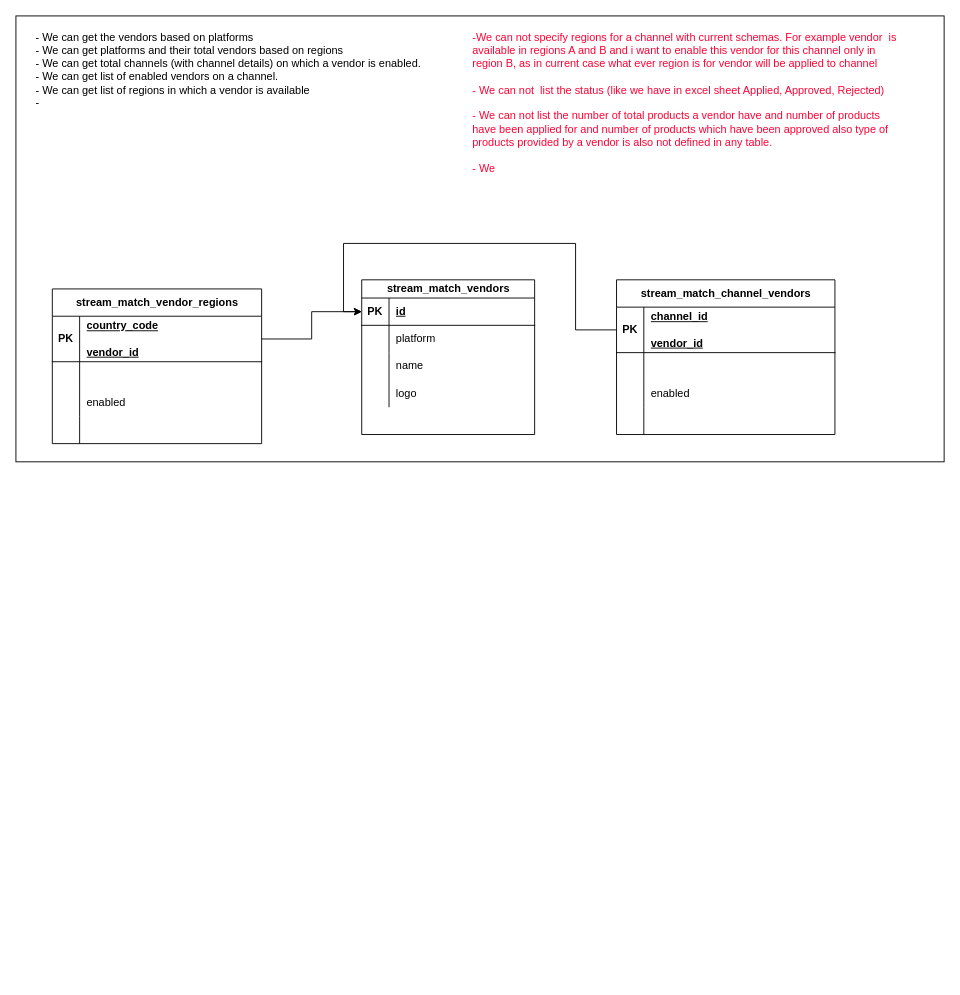
Above: page "data-relations" (2 of 2) of data-collection-flow.drawio in zeeshan-edgevideo-ai/architecture (draw.io), before the change. Source tidied: cells renumbered, new cells numbered last; positions are measured from the earlier drawing's top-left corner, leaving out a move shared by most shapes. Both pictures are drawn from the tidied source at 91%, with x=0, y=0 at pixel (15, 15).
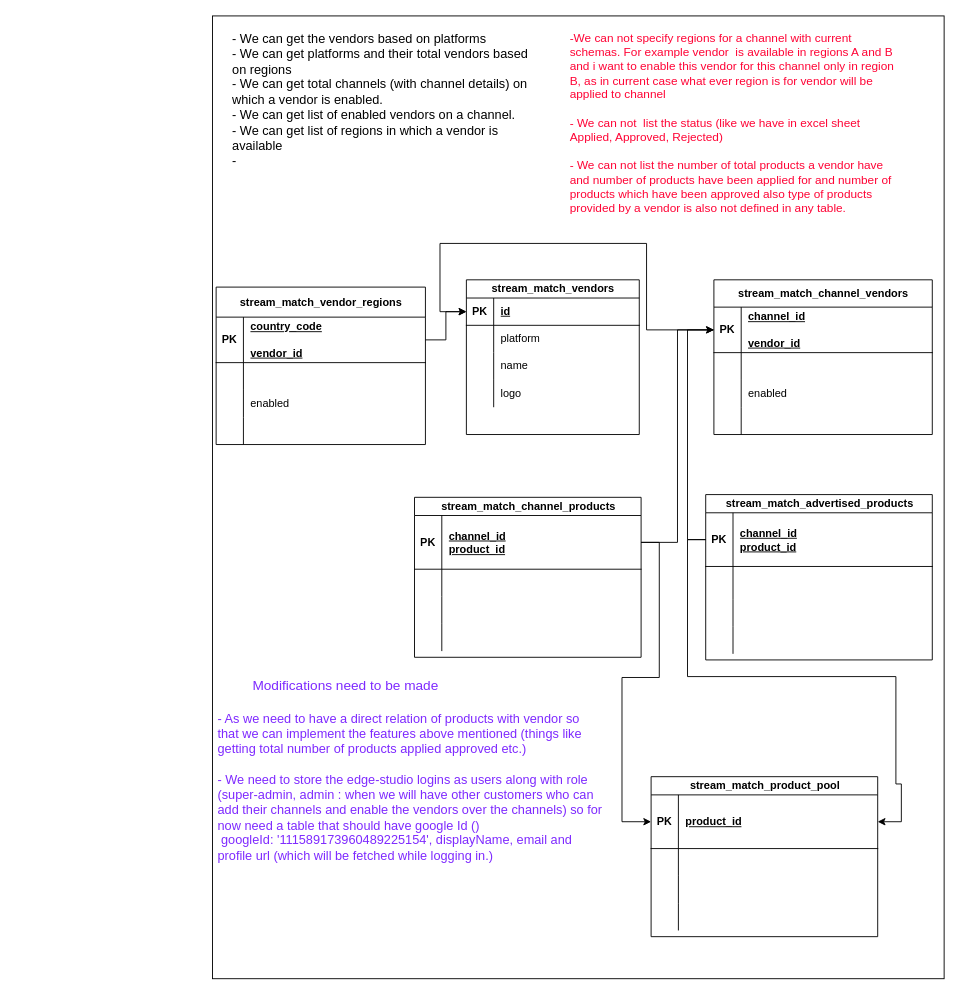
Above is the later version.

Unchanged cells that the change refers to:
```xml
<mxCell id="4" style="shape=tableRow;horizontal=0;startSize=0;swimlaneHead=0;swimlaneBody=0;fillColor=none;points=[[0,0.5],[1,0.5]];portConstraint=eastwest;top=0;left=0;right=0;bottom=1;" parent="3" vertex="1">
  <mxGeometry y="20" width="190" height="30" as="geometry" />
</mxCell>
<mxCell id="17" style="shape=tableRow;horizontal=0;startSize=0;swimlaneHead=0;swimlaneBody=0;fillColor=none;points=[[0,0.5],[1,0.5]];portConstraint=eastwest;top=0;left=0;right=0;bottom=1;" parent="16" vertex="1">
  <mxGeometry y="30" width="240" height="50" as="geometry" />
</mxCell>
```

Diff of the diagram source:
```diff
@@
     <mxCell id="2" style="rounded=0;whiteSpace=wrap;html=1;fillColor=none;" parent="1" vertex="1">
-      <mxGeometry width="1020" height="490" as="geometry" />
+      <mxGeometry x="216" width="804" height="1058" as="geometry" />
     </mxCell>
     <mxCell id="3" value="stream_match_vendors" style="shape=table;startSize=20;childLayout=tableLayout;rowLines=0;fontStyle=1;align=center;html=1;" parent="1" vertex="1">
-      <mxGeometry x="380" y="290" width="190" height="170" as="geometry" />
+      <mxGeometry x="495" y="290" width="190" height="170" as="geometry" />
     </mxCell>
@@
     <mxCell id="16" value="stream_match_channel_vendors" style="shape=table;startSize=30;childLayout=tableLayout;rowLines=0;fontStyle=1;align=center;html=1;" parent="1" vertex="1">
-      <mxGeometry x="660" y="290" width="240" height="170" as="geometry" />
+      <mxGeometry x="767" y="290" width="240" height="170" as="geometry" />
     </mxCell>
@@
-    <mxCell id="29" value="stream_match_vendor_regions" style="shape=table;startSize=30;childLayout=tableLayout;rowLines=0;fontStyle=1;align=center;html=1;" parent="1" vertex="1">
-      <mxGeometry x="40" y="300" width="230" height="170" as="geometry" />
+    <mxCell id="29" value="stream_match_vendor_regions" style="shape=table;startSize=33;childLayout=tableLayout;rowLines=0;fontStyle=1;align=center;html=1;" parent="1" vertex="1">
+      <mxGeometry x="220" y="298" width="230" height="173" as="geometry" />
     </mxCell>
     <mxCell id="30" style="shape=tableRow;horizontal=0;startSize=0;swimlaneHead=0;swimlaneBody=0;fillColor=none;points=[[0,0.5],[1,0.5]];portConstraint=eastwest;top=0;left=0;right=0;bottom=1;" parent="29" vertex="1">
-      <mxGeometry y="30" width="230" height="50" as="geometry" />
+      <mxGeometry y="33" width="230" height="50" as="geometry" />
     </mxCell>
@@
     <mxCell id="33" style="shape=tableRow;horizontal=0;startSize=0;swimlaneHead=0;swimlaneBody=0;fillColor=none;top=0;left=0;right=0;bottom=0;" parent="29" vertex="1">
-      <mxGeometry y="80" width="230" height="30" as="geometry" />
+      <mxGeometry y="83" width="230" height="30" as="geometry" />
     </mxCell>
@@
     <mxCell id="36" style="shape=tableRow;horizontal=0;startSize=0;swimlaneHead=0;swimlaneBody=0;fillColor=none;top=0;left=0;right=0;bottom=0;" parent="29" vertex="1">
-      <mxGeometry y="110" width="230" height="30" as="geometry" />
+      <mxGeometry y="113" width="230" height="30" as="geometry" />
     </mxCell>
@@
     <mxCell id="39" style="shape=tableRow;horizontal=0;startSize=0;swimlaneHead=0;swimlaneBody=0;fillColor=none;top=0;left=0;right=0;bottom=0;" parent="29" vertex="1">
-      <mxGeometry y="140" width="230" height="30" as="geometry" />
+      <mxGeometry y="143" width="230" height="30" as="geometry" />
     </mxCell>
@@
-    <mxCell id="43" value="- We can get the vendors based on platforms&lt;div&gt;- We can get platforms and their total vendors based on regions&amp;nbsp;&lt;/div&gt;&lt;div&gt;- We can get total channels (with channel details) on which a vendor is enabled.&lt;/div&gt;&lt;div&gt;- We can get list of enabled vendors on a channel.&lt;/div&gt;&lt;div&gt;- We can get list of regions in which a vendor is available&amp;nbsp;&lt;/div&gt;&lt;div&gt;-&amp;nbsp;&lt;/div&gt;" style="text;html=1;align=left;verticalAlign=top;whiteSpace=wrap;rounded=0;" parent="1" vertex="1">
-      <mxGeometry x="20" y="10" width="460" height="260" as="geometry" />
+    <mxCell id="43" value="- We can get the vendors based on platforms&lt;div style=&quot;font-size: 14px;&quot;&gt;- We can get platforms and their total vendors based on regions&amp;nbsp;&lt;/div&gt;&lt;div style=&quot;font-size: 14px;&quot;&gt;- We can get total channels (with channel details) on which a vendor is enabled.&lt;/div&gt;&lt;div style=&quot;font-size: 14px;&quot;&gt;- We can get list of enabled vendors on a channel.&lt;/div&gt;&lt;div style=&quot;font-size: 14px;&quot;&gt;- We can get list of regions in which a vendor is available&amp;nbsp;&lt;/div&gt;&lt;div style=&quot;font-size: 14px;&quot;&gt;-&amp;nbsp;&lt;/div&gt;" style="text;html=1;align=left;verticalAlign=top;whiteSpace=wrap;rounded=0;fontSize=14;" parent="1" vertex="1">
+      <mxGeometry x="236" y="10" width="337" height="260" as="geometry" />
     </mxCell>
     <mxCell id="44" style="edgeStyle=orthogonalEdgeStyle;rounded=0;jettySize=auto;html=1;exitX=0;exitY=0.5;exitDx=0;exitDy=0;entryX=0;entryY=0.5;entryDx=0;entryDy=0;" parent="1" edge="1" source="17" target="4">
       <mxGeometry relative="1" as="geometry">
         <Array as="points">
-          <mxPoint x="615" y="345" />
-          <mxPoint x="615" y="250" />
-          <mxPoint x="360" y="250" />
-          <mxPoint x="360" y="325" />
+          <mxPoint x="693" y="345" />
+          <mxPoint x="693" y="250" />
+          <mxPoint x="466" y="250" />
+          <mxPoint x="466" y="325" />
         </Array>
       </mxGeometry>
     </mxCell>
-    <mxCell id="45" value="&lt;div style=&quot;&quot;&gt;&lt;font color=&quot;#ff0335&quot;&gt;-We can not specify regions for a channel with current schemas. For example vendor&amp;nbsp; is available in regions A and B and i want to enable this vendor for this channel only in region B, as in current case what ever region is for vendor will be applied to channel&amp;nbsp;&lt;/font&gt;&lt;/div&gt;&lt;div style=&quot;&quot;&gt;&lt;font color=&quot;#ff0335&quot;&gt;&lt;br&gt;&lt;/font&gt;&lt;/div&gt;&lt;div style=&quot;&quot;&gt;&lt;font color=&quot;#ff0335&quot;&gt;- We can not&amp;nbsp; list the status (like we have in excel sheet Applied, Approved, Rejected)&lt;/font&gt;&lt;/div&gt;&lt;div style=&quot;&quot;&gt;&lt;font color=&quot;#ff0335&quot;&gt;&lt;br&gt;&lt;/font&gt;&lt;/div&gt;&lt;div style=&quot;&quot;&gt;&lt;font color=&quot;#ff0335&quot;&gt;- We can not list the number of total products a vendor have and number of products have been applied for and number of products which have been approved also type of products provided by a vendor is also not defined in any table.&amp;nbsp;&amp;nbsp;&lt;/font&gt;&lt;/div&gt;&lt;div style=&quot;&quot;&gt;&lt;font color=&quot;#ff0335&quot;&gt;&lt;br&gt;&lt;/font&gt;&lt;/div&gt;&lt;div style=&quot;&quot;&gt;&lt;font color=&quot;#ff0335&quot;&gt;- We&amp;nbsp;&lt;/font&gt;&lt;/div&gt;" style="text;html=1;align=left;verticalAlign=top;whiteSpace=wrap;rounded=0;" parent="1" vertex="1">
-      <mxGeometry x="500" y="10" width="470" height="240" as="geometry" />
+    <mxCell id="45" value="&lt;div style=&quot;font-size: 13px;&quot;&gt;&lt;font color=&quot;#ff0335&quot; style=&quot;font-size: 13px;&quot;&gt;-We can not specify regions for a channel with current schemas. For example vendor&amp;nbsp; is available in regions A and B and i want to enable this vendor for this channel only in region B, as in current case what ever region is for vendor will be applied to channel&amp;nbsp;&lt;/font&gt;&lt;/div&gt;&lt;div style=&quot;font-size: 13px;&quot;&gt;&lt;font color=&quot;#ff0335&quot; style=&quot;font-size: 13px;&quot;&gt;&lt;br style=&quot;font-size: 13px;&quot;&gt;&lt;/font&gt;&lt;/div&gt;&lt;div style=&quot;font-size: 13px;&quot;&gt;&lt;font color=&quot;#ff0335&quot; style=&quot;font-size: 13px;&quot;&gt;- We can not&amp;nbsp; list the status (like we have in excel sheet Applied, Approved, Rejected)&lt;/font&gt;&lt;/div&gt;&lt;div style=&quot;font-size: 13px;&quot;&gt;&lt;font color=&quot;#ff0335&quot; style=&quot;font-size: 13px;&quot;&gt;&lt;br style=&quot;font-size: 13px;&quot;&gt;&lt;/font&gt;&lt;/div&gt;&lt;div style=&quot;font-size: 13px;&quot;&gt;&lt;font color=&quot;#ff0335&quot; style=&quot;font-size: 13px;&quot;&gt;- We can not list the number of total products a vendor have and number of products have been applied for and number of products which have been approved also type of products provided by a vendor is also not defined in any table.&amp;nbsp;&amp;nbsp;&lt;/font&gt;&lt;/div&gt;&lt;div style=&quot;font-size: 13px;&quot;&gt;&lt;font color=&quot;#ff0335&quot; style=&quot;font-size: 13px;&quot;&gt;&lt;br style=&quot;font-size: 13px;&quot;&gt;&lt;/font&gt;&lt;/div&gt;&lt;div style=&quot;font-size: 13px;&quot;&gt;&lt;font color=&quot;#ff0335&quot; style=&quot;font-size: 13px;&quot;&gt;&amp;nbsp;&lt;/font&gt;&lt;/div&gt;" style="text;html=1;align=left;verticalAlign=top;whiteSpace=wrap;rounded=0;fontSize=13;" parent="1" vertex="1">
+      <mxGeometry x="607" y="10" width="363" height="240" as="geometry" />
     </mxCell>
+    <mxCell id="46" value="stream_match_channel_products" style="shape=table;startSize=20;childLayout=tableLayout;rowLines=0;fontStyle=1;align=center;html=1;" parent="1" vertex="1">
+      <mxGeometry x="438" y="529" width="249" height="175.8" as="geometry" />
+    </mxCell>
+    <mxCell id="47" style="shape=tableRow;horizontal=0;startSize=0;swimlaneHead=0;swimlaneBody=0;fillColor=none;points=[[0,0.5],[1,0.5]];portConstraint=eastwest;top=0;left=0;right=0;bottom=1;" parent="46" vertex="1">
+      <mxGeometry y="20" width="249" height="59" as="geometry" />
+    </mxCell>
+    <mxCell id="48" value="PK" style="shape=partialRectangle;fillColor=none;top=0;left=0;bottom=0;right=0;fontStyle=1;overflow=hidden;whiteSpace=wrap;html=1;" parent="47" vertex="1">
+      <mxGeometry width="30" height="59" as="geometry" />
+    </mxCell>
+    <mxCell id="49" value="channel_id&lt;div&gt;product_id&lt;/div&gt;" style="shape=partialRectangle;fillColor=none;top=0;left=0;bottom=0;right=0;align=left;spacingLeft=6;fontStyle=5;overflow=hidden;whiteSpace=wrap;html=1;" parent="47" vertex="1">
+      <mxGeometry x="30" width="219" height="59" as="geometry" />
+    </mxCell>
+    <mxCell id="50" style="shape=tableRow;horizontal=0;startSize=0;swimlaneHead=0;swimlaneBody=0;fillColor=none;top=0;left=0;right=0;bottom=0;" parent="46" vertex="1">
+      <mxGeometry y="79" width="249" height="30" as="geometry" />
+    </mxCell>
+    <mxCell id="51" style="shape=partialRectangle;fillColor=none;top=0;left=0;bottom=0;right=0;overflow=hidden;whiteSpace=wrap;html=1;" parent="50" vertex="1">
+      <mxGeometry width="30" height="30" as="geometry" />
+    </mxCell>
+    <mxCell id="52" style="shape=partialRectangle;fillColor=none;top=0;left=0;bottom=0;right=0;align=left;spacingLeft=6;overflow=hidden;whiteSpace=wrap;html=1;" parent="50" vertex="1">
+      <mxGeometry x="30" width="219" height="30" as="geometry" />
+    </mxCell>
+    <mxCell id="53" style="shape=tableRow;horizontal=0;startSize=0;swimlaneHead=0;swimlaneBody=0;fillColor=none;top=0;left=0;right=0;bottom=0;" parent="46" vertex="1">
+      <mxGeometry y="109" width="249" height="30" as="geometry" />
+    </mxCell>
+    <mxCell id="54" style="shape=partialRectangle;fillColor=none;top=0;left=0;bottom=0;right=0;overflow=hidden;whiteSpace=wrap;html=1;" parent="53" vertex="1">
+      <mxGeometry width="30" height="30" as="geometry" />
+    </mxCell>
+    <mxCell id="55" style="shape=partialRectangle;fillColor=none;top=0;left=0;bottom=0;right=0;align=left;spacingLeft=6;overflow=hidden;whiteSpace=wrap;html=1;" parent="53" vertex="1">
+      <mxGeometry x="30" width="219" height="30" as="geometry" />
+    </mxCell>
+    <mxCell id="56" style="shape=tableRow;horizontal=0;startSize=0;swimlaneHead=0;swimlaneBody=0;fillColor=none;top=0;left=0;right=0;bottom=0;" parent="46" vertex="1">
+      <mxGeometry y="139" width="249" height="30" as="geometry" />
+    </mxCell>
+    <mxCell id="57" style="shape=partialRectangle;fillColor=none;top=0;left=0;bottom=0;right=0;overflow=hidden;whiteSpace=wrap;html=1;" parent="56" vertex="1">
+      <mxGeometry width="30" height="30" as="geometry" />
+    </mxCell>
+    <mxCell id="58" style="shape=partialRectangle;fillColor=none;top=0;left=0;bottom=0;right=0;align=left;spacingLeft=6;overflow=hidden;whiteSpace=wrap;html=1;" parent="56" vertex="1">
+      <mxGeometry x="30" width="219" height="30" as="geometry" />
+    </mxCell>
+    <mxCell id="59" style="edgeStyle=orthogonalEdgeStyle;rounded=0;jettySize=auto;html=1;exitX=1;exitY=0.5;exitDx=0;exitDy=0;" parent="1" edge="1" source="47" target="17">
+      <mxGeometry relative="1" as="geometry" />
+    </mxCell>
+    <mxCell id="60" value="stream_match_advertised_products" style="shape=table;startSize=20;childLayout=tableLayout;rowLines=0;fontStyle=1;align=center;html=1;" parent="1" vertex="1">
+      <mxGeometry x="758" y="526" width="249" height="181.7" as="geometry" />
+    </mxCell>
+    <mxCell id="61" style="shape=tableRow;horizontal=0;startSize=0;swimlaneHead=0;swimlaneBody=0;fillColor=none;points=[[0,0.5],[1,0.5]];portConstraint=eastwest;top=0;left=0;right=0;bottom=1;" parent="60" vertex="1">
+      <mxGeometry y="20" width="249" height="59" as="geometry" />
+    </mxCell>
+    <mxCell id="62" value="PK" style="shape=partialRectangle;fillColor=none;top=0;left=0;bottom=0;right=0;fontStyle=1;overflow=hidden;whiteSpace=wrap;html=1;" parent="61" vertex="1">
+      <mxGeometry width="30" height="59" as="geometry" />
+    </mxCell>
+    <mxCell id="63" value="channel_id&lt;div&gt;product_id&lt;/div&gt;" style="shape=partialRectangle;fillColor=none;top=0;left=0;bottom=0;right=0;align=left;spacingLeft=6;fontStyle=5;overflow=hidden;whiteSpace=wrap;html=1;" parent="61" vertex="1">
+      <mxGeometry x="30" width="219" height="59" as="geometry" />
+    </mxCell>
+    <mxCell id="64" style="shape=tableRow;horizontal=0;startSize=0;swimlaneHead=0;swimlaneBody=0;fillColor=none;top=0;left=0;right=0;bottom=0;" parent="60" vertex="1">
+      <mxGeometry y="79" width="249" height="36" as="geometry" />
+    </mxCell>
+    <mxCell id="65" style="shape=partialRectangle;fillColor=none;top=0;left=0;bottom=0;right=0;overflow=hidden;whiteSpace=wrap;html=1;" parent="64" vertex="1">
+      <mxGeometry width="30" height="36" as="geometry" />
+    </mxCell>
+    <mxCell id="66" style="shape=partialRectangle;fillColor=none;top=0;left=0;bottom=0;right=0;align=left;spacingLeft=6;overflow=hidden;whiteSpace=wrap;html=1;" parent="64" vertex="1">
+      <mxGeometry x="30" width="219" height="36" as="geometry" />
+    </mxCell>
+    <mxCell id="67" style="shape=tableRow;horizontal=0;startSize=0;swimlaneHead=0;swimlaneBody=0;fillColor=none;top=0;left=0;right=0;bottom=0;" parent="60" vertex="1">
+      <mxGeometry y="115" width="249" height="30" as="geometry" />
+    </mxCell>
+    <mxCell id="68" style="shape=partialRectangle;fillColor=none;top=0;left=0;bottom=0;right=0;overflow=hidden;whiteSpace=wrap;html=1;" parent="67" vertex="1">
+      <mxGeometry width="30" height="30" as="geometry" />
+    </mxCell>
+    <mxCell id="69" style="shape=partialRectangle;fillColor=none;top=0;left=0;bottom=0;right=0;align=left;spacingLeft=6;overflow=hidden;whiteSpace=wrap;html=1;" parent="67" vertex="1">
+      <mxGeometry x="30" width="219" height="30" as="geometry" />
+    </mxCell>
+    <mxCell id="70" style="shape=tableRow;horizontal=0;startSize=0;swimlaneHead=0;swimlaneBody=0;fillColor=none;top=0;left=0;right=0;bottom=0;" parent="60" vertex="1">
+      <mxGeometry y="145" width="249" height="30" as="geometry" />
+    </mxCell>
+    <mxCell id="71" style="shape=partialRectangle;fillColor=none;top=0;left=0;bottom=0;right=0;overflow=hidden;whiteSpace=wrap;html=1;" parent="70" vertex="1">
+      <mxGeometry width="30" height="30" as="geometry" />
+    </mxCell>
+    <mxCell id="72" style="shape=partialRectangle;fillColor=none;top=0;left=0;bottom=0;right=0;align=left;spacingLeft=6;overflow=hidden;whiteSpace=wrap;html=1;" parent="70" vertex="1">
+      <mxGeometry x="30" width="219" height="30" as="geometry" />
+    </mxCell>
+    <mxCell id="73" style="edgeStyle=orthogonalEdgeStyle;rounded=0;jettySize=auto;html=1;exitX=0;exitY=0.5;exitDx=0;exitDy=0;entryX=0;entryY=0.5;entryDx=0;entryDy=0;" parent="1" edge="1" source="61" target="17">
+      <mxGeometry relative="1" as="geometry" />
+    </mxCell>
+    <mxCell id="74" value="stream_match_product_pool" style="shape=table;startSize=20;childLayout=tableLayout;rowLines=0;fontStyle=1;align=center;html=1;" parent="1" vertex="1">
+      <mxGeometry x="698" y="836" width="249" height="175.8" as="geometry" />
+    </mxCell>
+    <mxCell id="75" style="shape=tableRow;horizontal=0;startSize=0;swimlaneHead=0;swimlaneBody=0;fillColor=none;points=[[0,0.5],[1,0.5]];portConstraint=eastwest;top=0;left=0;right=0;bottom=1;" parent="74" vertex="1">
+      <mxGeometry y="20" width="249" height="59" as="geometry" />
+    </mxCell>
+    <mxCell id="76" value="PK" style="shape=partialRectangle;fillColor=none;top=0;left=0;bottom=0;right=0;fontStyle=1;overflow=hidden;whiteSpace=wrap;html=1;" parent="75" vertex="1">
+      <mxGeometry width="30" height="59" as="geometry" />
+    </mxCell>
+    <mxCell id="77" value="&lt;div&gt;product_id&lt;/div&gt;" style="shape=partialRectangle;fillColor=none;top=0;left=0;bottom=0;right=0;align=left;spacingLeft=6;fontStyle=5;overflow=hidden;whiteSpace=wrap;html=1;" parent="75" vertex="1">
+      <mxGeometry x="30" width="219" height="59" as="geometry" />
+    </mxCell>
+    <mxCell id="78" style="shape=tableRow;horizontal=0;startSize=0;swimlaneHead=0;swimlaneBody=0;fillColor=none;top=0;left=0;right=0;bottom=0;" parent="74" vertex="1">
+      <mxGeometry y="79" width="249" height="30" as="geometry" />
+    </mxCell>
+    <mxCell id="79" style="shape=partialRectangle;fillColor=none;top=0;left=0;bottom=0;right=0;overflow=hidden;whiteSpace=wrap;html=1;" parent="78" vertex="1">
+      <mxGeometry width="30" height="30" as="geometry" />
+    </mxCell>
+    <mxCell id="80" style="shape=partialRectangle;fillColor=none;top=0;left=0;bottom=0;right=0;align=left;spacingLeft=6;overflow=hidden;whiteSpace=wrap;html=1;" parent="78" vertex="1">
+      <mxGeometry x="30" width="219" height="30" as="geometry" />
+    </mxCell>
+    <mxCell id="81" style="shape=tableRow;horizontal=0;startSize=0;swimlaneHead=0;swimlaneBody=0;fillColor=none;top=0;left=0;right=0;bottom=0;" parent="74" vertex="1">
+      <mxGeometry y="109" width="249" height="30" as="geometry" />
+    </mxCell>
+    <mxCell id="82" style="shape=partialRectangle;fillColor=none;top=0;left=0;bottom=0;right=0;overflow=hidden;whiteSpace=wrap;html=1;" parent="81" vertex="1">
+      <mxGeometry width="30" height="30" as="geometry" />
+    </mxCell>
+    <mxCell id="83" style="shape=partialRectangle;fillColor=none;top=0;left=0;bottom=0;right=0;align=left;spacingLeft=6;overflow=hidden;whiteSpace=wrap;html=1;" parent="81" vertex="1">
+      <mxGeometry x="30" width="219" height="30" as="geometry" />
+    </mxCell>
+    <mxCell id="84" style="shape=tableRow;horizontal=0;startSize=0;swimlaneHead=0;swimlaneBody=0;fillColor=none;top=0;left=0;right=0;bottom=0;" parent="74" vertex="1">
+      <mxGeometry y="139" width="249" height="30" as="geometry" />
+    </mxCell>
+    <mxCell id="85" style="shape=partialRectangle;fillColor=none;top=0;left=0;bottom=0;right=0;overflow=hidden;whiteSpace=wrap;html=1;" parent="84" vertex="1">
+      <mxGeometry width="30" height="30" as="geometry" />
+    </mxCell>
+    <mxCell id="86" style="shape=partialRectangle;fillColor=none;top=0;left=0;bottom=0;right=0;align=left;spacingLeft=6;overflow=hidden;whiteSpace=wrap;html=1;" parent="84" vertex="1">
+      <mxGeometry x="30" width="219" height="30" as="geometry" />
+    </mxCell>
+    <mxCell id="87" style="edgeStyle=orthogonalEdgeStyle;rounded=0;jettySize=auto;html=1;exitX=1;exitY=0.5;exitDx=0;exitDy=0;entryX=0;entryY=0.5;entryDx=0;entryDy=0;" parent="1" edge="1" source="47" target="75">
+      <mxGeometry relative="1" as="geometry">
+        <Array as="points">
+          <mxPoint x="707" y="578" />
+          <mxPoint x="707" y="727" />
+          <mxPoint x="666" y="727" />
+          <mxPoint x="666" y="886" />
+        </Array>
+      </mxGeometry>
+    </mxCell>
+    <mxCell id="88" style="edgeStyle=orthogonalEdgeStyle;rounded=0;jettySize=auto;html=1;exitX=0;exitY=0.5;exitDx=0;exitDy=0;entryX=1;entryY=0.5;entryDx=0;entryDy=0;" parent="1" edge="1" source="61" target="75">
+      <mxGeometry relative="1" as="geometry">
+        <Array as="points">
+          <mxPoint x="738" y="576" />
+          <mxPoint x="738" y="726" />
+          <mxPoint x="967" y="726" />
+          <mxPoint x="967" y="844" />
+          <mxPoint x="973" y="844" />
+          <mxPoint x="973" y="886" />
+        </Array>
+      </mxGeometry>
+    </mxCell>
+    <mxCell id="89" value="&lt;font color=&quot;#7e29ff&quot; style=&quot;font-size: 15px;&quot;&gt;Modifications need to be made&lt;/font&gt;" style="text;html=1;align=center;verticalAlign=middle;whiteSpace=wrap;rounded=0;fontSize=15;" parent="1" vertex="1">
+      <mxGeometry x="230" y="720" width="265" height="30" as="geometry" />
+    </mxCell>
+    <mxCell id="90" value="&lt;font style=&quot;font-size: 14px;&quot; color=&quot;#7e29ff&quot;&gt;- As we need to have a direct relation of products with vendor so that we can implement the features above mentioned (things like getting total number of products applied approved etc.)&amp;nbsp;&lt;/font&gt;&lt;div&gt;&lt;font style=&quot;font-size: 14px;&quot; color=&quot;#7e29ff&quot;&gt;&lt;br&gt;&lt;/font&gt;&lt;/div&gt;&lt;div&gt;&lt;font style=&quot;font-size: 14px;&quot; color=&quot;#7e29ff&quot;&gt;- We need to store the edge-studio logins as users along with role (super-admin, admin : when we will have other customers who can add their channels and enable the vendors over the channels) so for now need a table that should have google Id ()&lt;/font&gt;&lt;/div&gt;&lt;div&gt;&lt;font style=&quot;&quot; color=&quot;#7e29ff&quot;&gt;&lt;span style=&quot;font-size: 14px;&quot;&gt;&amp;nbsp;googleId: '111589173960489225154', displayName, email and profile url (which will be fetched while logging in.)&lt;/span&gt;&lt;br&gt;&lt;/font&gt;&lt;/div&gt;&lt;div&gt;&lt;font style=&quot;&quot; color=&quot;#7e29ff&quot;&gt;&lt;span style=&quot;font-size: 14px;&quot;&gt;&lt;br&gt;&lt;/span&gt;&lt;/font&gt;&lt;/div&gt;&lt;div&gt;&lt;font style=&quot;font-size: 14px;&quot; color=&quot;#7e29ff&quot;&gt;&lt;br&gt;&lt;/font&gt;&lt;/div&gt;" style="text;html=1;align=left;verticalAlign=top;whiteSpace=wrap;rounded=0;" parent="1" vertex="1">
+      <mxGeometry x="220" y="757" width="425" height="280" as="geometry" />
+    </mxCell>
```
